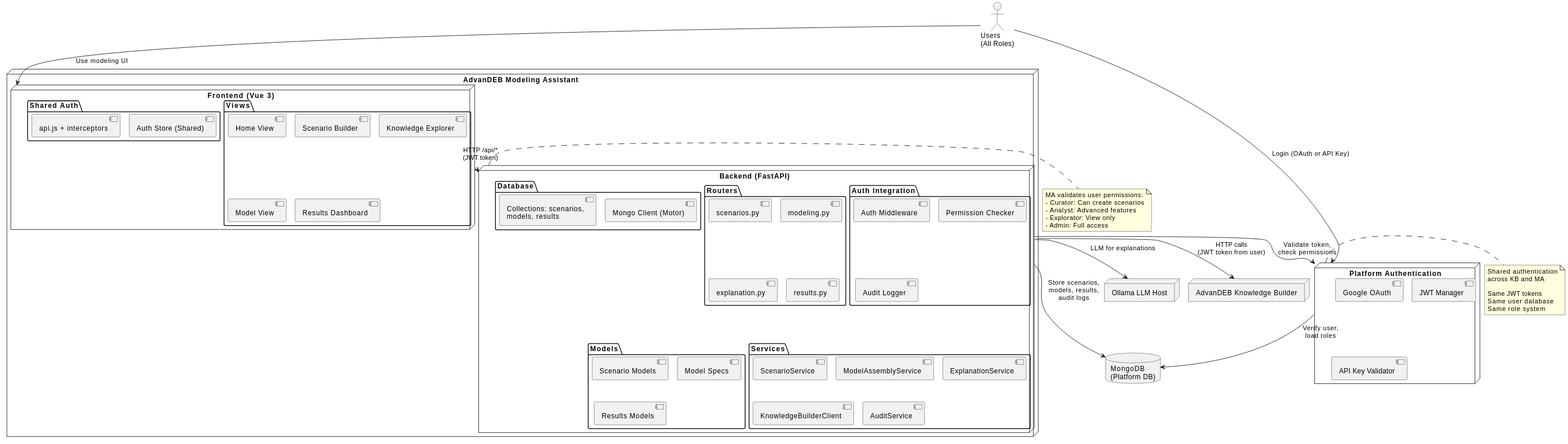
Before: docs/diagrams/modeling-assistant-container.svg, a diagram exported from PlantUML (AdvanDEB/advandeb). Its diagram source:
```plantuml
@startuml

!pragma layout smetana
scale max 1920 width

actor "Users\n(All Roles)" as Users

node "Platform Authentication" as PlatformAuth {
  [Google OAuth]
  [JWT Manager]
  [API Key Validator]
}

node "AdvanDEB Modeling Assistant" as MA {
  node "Frontend (Vue 3)" as MA_FE {
    package "Views" {
      [Home View]
      [Scenario Builder]
      [Knowledge Explorer]
      [Model View]
      [Results Dashboard]
    }

    package "Shared Auth" {
      [Auth Store (Shared)]
      [api.js + interceptors]
    }
  }

  node "Backend (FastAPI)" as MA_BE {
    package "Auth Integration" {
      [Auth Middleware]
      [Permission Checker]
      [Audit Logger]
    }

    package "Routers" {
      [scenarios.py]
      [modeling.py]
      [explanation.py]
      [results.py]
    }

    package "Services" {
      [ScenarioService]
      [ModelAssemblyService]
      [ExplanationService]
      [KnowledgeBuilderClient]
      [AuditService]
    }

    package "Models" {
      [Scenario Models]
      [Model Specs]
      [Results Models]
    }

    package "Database" {
      [Mongo Client (Motor)]
      [Collections: scenarios,\nmodels, results]
    }
  }
}

database "MongoDB\n(Platform DB)" as Mongo
node "Ollama LLM Host" as Ollama
node "AdvanDEB Knowledge Builder" as KB

Users --> PlatformAuth : Login (OAuth or API Key)
PlatformAuth --> Mongo : Verify user,\nload roles

Users --> MA_FE : Use modeling UI

MA_FE --> MA_BE : HTTP /api/*\n(JWT token)

MA_BE --> PlatformAuth : Validate token,\ncheck permissions

MA_BE --> Mongo : Store scenarios,\nmodels, results,\naudit logs

MA_BE --> KB : HTTP calls\n(JWT token from user)

MA_BE --> Ollama : LLM for explanations

note right of PlatformAuth
  Shared authentication
  across KB and MA

  Same JWT tokens
  Same user database
  Same role system
end note

note right of MA_BE
  MA validates user permissions:
  - Curator: Can create scenarios
  - Analyst: Advanced features
  - Explorator: View only
  - Admin: Full access
end note
@enduml
```
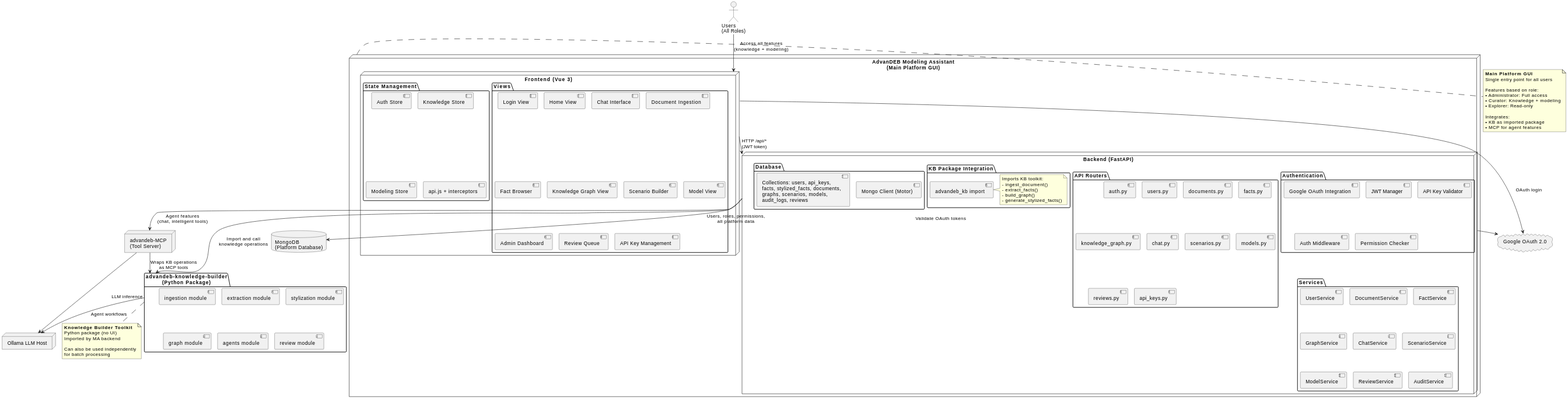
Later version of the same file.

What changed in the source:
```diff
@@ -5,96 +5,131 @@
 
 actor "Users\n(All Roles)" as Users
 
-node "Platform Authentication" as PlatformAuth {
-  [Google OAuth]
-  [JWT Manager]
-  [API Key Validator]
-}
-
-node "AdvanDEB Modeling Assistant" as MA {
+node "AdvanDEB Modeling Assistant\n(Main Platform GUI)" as MA {
   node "Frontend (Vue 3)" as MA_FE {
     package "Views" {
+      [Login View]
       [Home View]
+      [Chat Interface]
+      [Document Ingestion]
+      [Fact Browser]
+      [Knowledge Graph View]
       [Scenario Builder]
-      [Knowledge Explorer]
       [Model View]
-      [Results Dashboard]
+      [Admin Dashboard]
+      [Review Queue]
+      [API Key Management]
     }
 
-    package "Shared Auth" {
-      [Auth Store (Shared)]
+    package "State Management" {
+      [Auth Store]
+      [Knowledge Store]
+      [Modeling Store]
       [api.js + interceptors]
     }
   }
 
   node "Backend (FastAPI)" as MA_BE {
-    package "Auth Integration" {
+    package "Authentication" {
+      [Google OAuth Integration]
+      [JWT Manager]
+      [API Key Validator]
       [Auth Middleware]
       [Permission Checker]
-      [Audit Logger]
     }
 
-    package "Routers" {
+    package "API Routers" {
+      [auth.py]
+      [users.py]
+      [documents.py]
+      [facts.py]
+      [knowledge_graph.py]
+      [chat.py]
       [scenarios.py]
-      [modeling.py]
-      [explanation.py]
-      [results.py]
+      [models.py]
+      [reviews.py]
+      [api_keys.py]
     }
 
     package "Services" {
+      [UserService]
+      [DocumentService]
+      [FactService]
+      [GraphService]
+      [ChatService]
       [ScenarioService]
-      [ModelAssemblyService]
-      [ExplanationService]
-      [KnowledgeBuilderClient]
+      [ModelService]
+      [ReviewService]
       [AuditService]
     }
 
-    package "Models" {
-      [Scenario Models]
-      [Model Specs]
-      [Results Models]
+    package "KB Package Integration" {
+      [advandeb_kb import]
+      note right
+        Imports KB toolkit:
+        - ingest_document()
+        - extract_facts()
+        - build_graph()
+        - generate_stylized_facts()
+      end note
     }
 
     package "Database" {
       [Mongo Client (Motor)]
-      [Collections: scenarios,\nmodels, results]
+      [Collections: users, api_keys,\nfacts, stylized_facts, documents,\ngraphs, scenarios, models,\naudit_logs, reviews]
     }
   }
 }
 
-database "MongoDB\n(Platform DB)" as Mongo
+cloud "Google OAuth 2.0" as GoogleAuth
+database "MongoDB\n(Platform Database)" as Mongo
+node "advandeb-MCP\n(Tool Server)" as MCP
 node "Ollama LLM Host" as Ollama
-node "AdvanDEB Knowledge Builder" as KB
+package "advandeb-knowledge-builder\n(Python Package)" as KB_PKG {
+  [ingestion module]
+  [extraction module]
+  [stylization module]
+  [graph module]
+  [agents module]
+  [review module]
+}
 
-Users --> PlatformAuth : Login (OAuth or API Key)
-PlatformAuth --> Mongo : Verify user,\nload roles
-
-Users --> MA_FE : Use modeling UI
+Users --> MA_FE : Access all features\n(knowledge + modeling)
+MA_FE --> GoogleAuth : OAuth login
 
 MA_FE --> MA_BE : HTTP /api/*\n(JWT token)
 
-MA_BE --> PlatformAuth : Validate token,\ncheck permissions
+MA_BE --> GoogleAuth : Validate OAuth tokens
+MA_BE --> Mongo : Users, roles, permissions,\nall platform data
 
-MA_BE --> Mongo : Store scenarios,\nmodels, results,\naudit logs
+MA_BE --> KB_PKG : Import and call\nknowledge operations
 
-MA_BE --> KB : HTTP calls\n(JWT token from user)
+MA_BE --> MCP : Agent features\n(chat, intelligent tools)
+MCP --> KB_PKG : Wraps KB operations\nas MCP tools
+MCP --> Ollama : LLM inference
 
-MA_BE --> Ollama : LLM for explanations
+KB_PKG --> Ollama : Agent workflows
 
-note right of PlatformAuth
-  Shared authentication
-  across KB and MA
+note right of MA
+  **Main Platform GUI**
+  Single entry point for all users
 
-  Same JWT tokens
-  Same user database
-  Same role system
+  Features based on role:
+  • Administrator: Full access
+  • Curator: Knowledge + modeling
+  • Explorer: Read-only
+
+  Integrates:
+  • KB as imported package
+  • MCP for agent features
 end note
 
-note right of MA_BE
-  MA validates user permissions:
-  - Curator: Can create scenarios
-  - Analyst: Advanced features
-  - Explorator: View only
-  - Admin: Full access
+note bottom of KB_PKG
+  **Knowledge Builder Toolkit**
+  Python package (no UI)
+  Imported by MA backend
+
+  Can also be used independently
+  for batch processing
 end note
 @enduml
```
